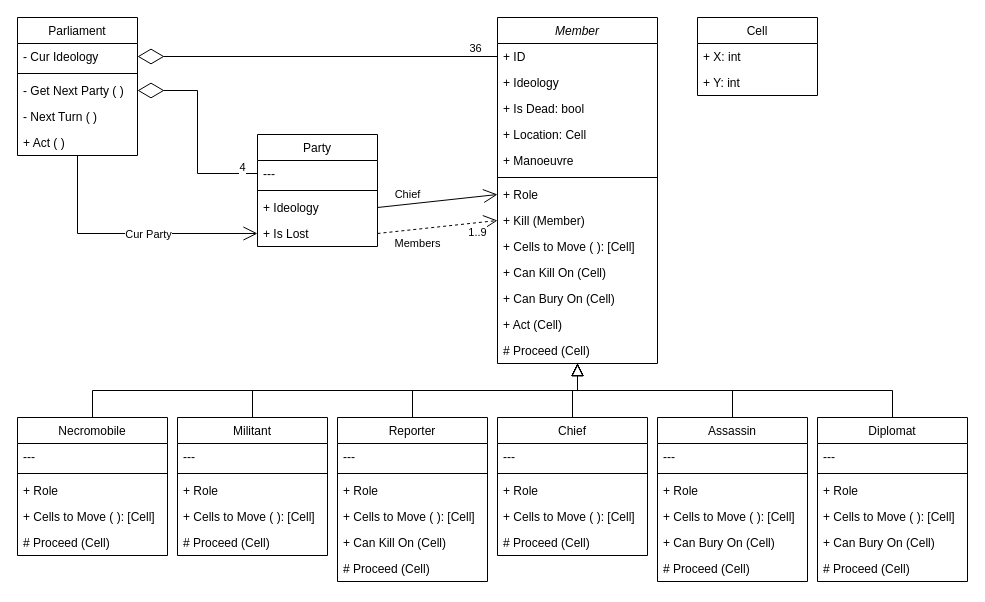
mabdelaal86/djambi keeps this draw.io diagram as page "Classes" (2 of 4) of docs/djambi.drawio. Above is the earlier version. Source tidied: cells renumbered, new cells numbered last; positions are measured from the earlier drawing's top-left corner, leaving out a move shared by most shapes. Both pictures are drawn from the tidied source at 100%, with x=0, y=0 at pixel (17, 17).
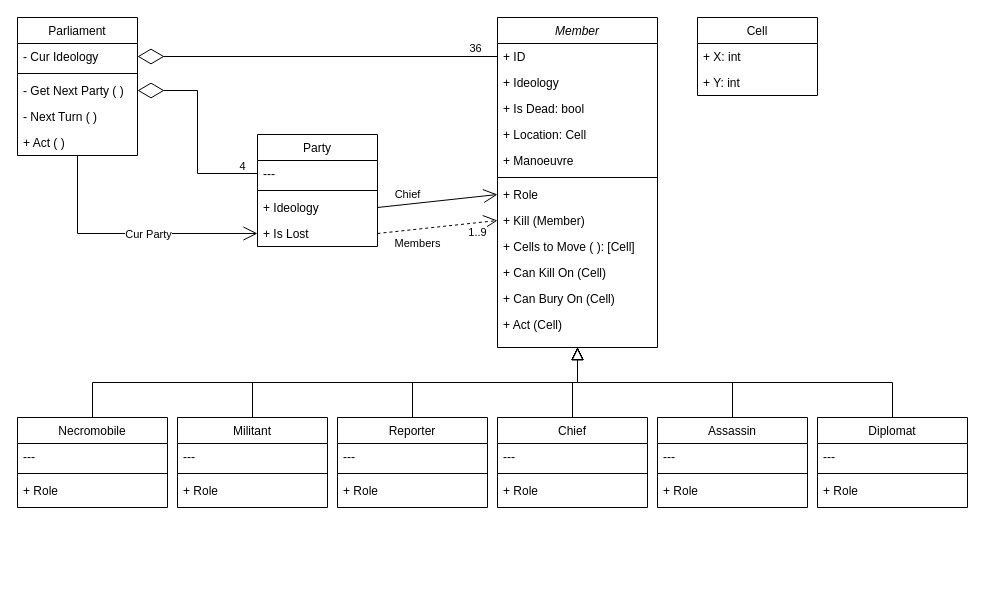
Above is the later version.

The change refers to these unchanged cells:
```xml
<mxCell id="84" style="endArrow=diamondThin;endFill=0;endSize=24;html=1;rounded=0;sourcePerimeterSpacing=6;targetPerimeterSpacing=12;elbow=vertical;entryX=1;entryY=0.5;entryDx=0;entryDy=0;exitX=0;exitY=0.5;exitDx=0;exitDy=0;edgeStyle=orthogonalEdgeStyle;" parent="1" edge="1" source="25" target="35">
  <mxGeometry relative="1" as="geometry" />
</mxCell>
```

Change to the diagram source:
```diff
@@
     <mxCell id="2" value="Member" style="swimlane;fontStyle=2;align=center;verticalAlign=top;horizontal=1;startSize=26;rounded=0;shadow=0;strokeWidth=1;" parent="1" vertex="1">
-      <mxGeometry x="480" width="160" height="346" as="geometry" />
+      <mxGeometry x="480" width="160" height="330" as="geometry" />
     </mxCell>
@@
-    <mxCell id="15" value="# Proceed (Cell)" style="text;strokeColor=none;fillColor=none;align=left;verticalAlign=top;spacingLeft=4;spacingRight=4;overflow=hidden;" parent="2" vertex="1">
-      <mxGeometry y="320" width="160" height="26" as="geometry" />
-    </mxCell>
     <mxCell id="16" value="Chief" style="swimlane;fontStyle=0;align=center;verticalAlign=top;horizontal=1;startSize=26;rounded=0;shadow=0;strokeWidth=1;" parent="1" vertex="1">
-      <mxGeometry x="480" y="400" width="150" height="138" as="geometry" />
+      <mxGeometry x="480" y="400" width="150" height="90" as="geometry" />
     </mxCell>
@@
-    <mxCell id="20" value="+ Cells to Move ( ): [Cell]" style="text;strokeColor=none;fillColor=none;align=left;verticalAlign=top;spacingLeft=4;spacingRight=4;overflow=hidden;" parent="16" vertex="1">
-      <mxGeometry y="86" width="150" height="26" as="geometry" />
-    </mxCell>
-    <mxCell id="21" value="# Proceed (Cell)" style="text;strokeColor=none;fillColor=none;align=left;verticalAlign=top;spacingLeft=4;spacingRight=4;overflow=hidden;" parent="16" vertex="1">
-      <mxGeometry y="112" width="150" height="26" as="geometry" />
-    </mxCell>
@@
     <mxCell id="41" value="Assassin" style="swimlane;fontStyle=0;align=center;verticalAlign=top;horizontal=1;startSize=26;rounded=0;shadow=0;strokeWidth=1;" parent="1" vertex="1">
-      <mxGeometry x="640" y="400" width="150" height="164" as="geometry" />
+      <mxGeometry x="640" y="400" width="150" height="90" as="geometry" />
     </mxCell>
@@
-    <mxCell id="45" value="+ Cells to Move ( ): [Cell]" style="text;strokeColor=none;fillColor=none;align=left;verticalAlign=top;spacingLeft=4;spacingRight=4;overflow=hidden;" parent="41" vertex="1">
-      <mxGeometry y="86" width="150" height="26" as="geometry" />
-    </mxCell>
-    <mxCell id="46" value="+ Can Bury On (Cell)" style="text;strokeColor=none;fillColor=none;align=left;verticalAlign=top;spacingLeft=4;spacingRight=4;overflow=hidden;" parent="41" vertex="1">
-      <mxGeometry y="112" width="150" height="26" as="geometry" />
-    </mxCell>
-    <mxCell id="47" value="# Proceed (Cell)" style="text;strokeColor=none;fillColor=none;align=left;verticalAlign=top;spacingLeft=4;spacingRight=4;overflow=hidden;" parent="41" vertex="1">
-      <mxGeometry y="138" width="150" height="26" as="geometry" />
-    </mxCell>
     <mxCell id="48" value="Diplomat" style="swimlane;fontStyle=0;align=center;verticalAlign=top;horizontal=1;startSize=26;rounded=0;shadow=0;strokeWidth=1;" parent="1" vertex="1">
-      <mxGeometry x="800" y="400" width="150" height="164" as="geometry" />
+      <mxGeometry x="800" y="400" width="150" height="90" as="geometry" />
     </mxCell>
@@
-    <mxCell id="52" value="+ Cells to Move ( ): [Cell]" style="text;strokeColor=none;fillColor=none;align=left;verticalAlign=top;spacingLeft=4;spacingRight=4;overflow=hidden;" parent="48" vertex="1">
-      <mxGeometry y="86" width="150" height="26" as="geometry" />
-    </mxCell>
-    <mxCell id="53" value="+ Can Bury On (Cell)" style="text;strokeColor=none;fillColor=none;align=left;verticalAlign=top;spacingLeft=4;spacingRight=4;overflow=hidden;" parent="48" vertex="1">
-      <mxGeometry y="112" width="150" height="26" as="geometry" />
-    </mxCell>
-    <mxCell id="54" value="# Proceed (Cell)" style="text;strokeColor=none;fillColor=none;align=left;verticalAlign=top;spacingLeft=4;spacingRight=4;overflow=hidden;" parent="48" vertex="1">
-      <mxGeometry y="138" width="150" height="26" as="geometry" />
-    </mxCell>
     <mxCell id="55" value="Reporter" style="swimlane;fontStyle=0;align=center;verticalAlign=top;horizontal=1;startSize=26;rounded=0;shadow=0;strokeWidth=1;" parent="1" vertex="1">
-      <mxGeometry x="320" y="400" width="150" height="164" as="geometry" />
+      <mxGeometry x="320" y="400" width="150" height="90" as="geometry" />
     </mxCell>
@@
-    <mxCell id="59" value="+ Cells to Move ( ): [Cell]" style="text;strokeColor=none;fillColor=none;align=left;verticalAlign=top;spacingLeft=4;spacingRight=4;overflow=hidden;" parent="55" vertex="1">
-      <mxGeometry y="86" width="150" height="26" as="geometry" />
-    </mxCell>
-    <mxCell id="60" value="+ Can Kill On (Cell)" style="text;strokeColor=none;fillColor=none;align=left;verticalAlign=top;spacingLeft=4;spacingRight=4;overflow=hidden;" parent="55" vertex="1">
-      <mxGeometry y="112" width="150" height="26" as="geometry" />
-    </mxCell>
-    <mxCell id="61" value="# Proceed (Cell)" style="text;strokeColor=none;fillColor=none;align=left;verticalAlign=top;spacingLeft=4;spacingRight=4;overflow=hidden;" parent="55" vertex="1">
-      <mxGeometry y="138" width="150" height="26" as="geometry" />
-    </mxCell>
     <mxCell id="62" value="Militant" style="swimlane;fontStyle=0;align=center;verticalAlign=top;horizontal=1;startSize=26;rounded=0;shadow=0;strokeWidth=1;" parent="1" vertex="1">
-      <mxGeometry x="160" y="400" width="150" height="138" as="geometry" />
+      <mxGeometry x="160" y="400" width="150" height="90" as="geometry" />
     </mxCell>
@@
-    <mxCell id="66" value="+ Cells to Move ( ): [Cell]" style="text;strokeColor=none;fillColor=none;align=left;verticalAlign=top;spacingLeft=4;spacingRight=4;overflow=hidden;" parent="62" vertex="1">
-      <mxGeometry y="86" width="150" height="26" as="geometry" />
-    </mxCell>
-    <mxCell id="67" value="# Proceed (Cell)" style="text;strokeColor=none;fillColor=none;align=left;verticalAlign=top;spacingLeft=4;spacingRight=4;overflow=hidden;" parent="62" vertex="1">
-      <mxGeometry y="112" width="150" height="26" as="geometry" />
-    </mxCell>
     <mxCell id="68" value="Necromobile" style="swimlane;fontStyle=0;align=center;verticalAlign=top;horizontal=1;startSize=26;rounded=0;shadow=0;strokeWidth=1;" parent="1" vertex="1">
-      <mxGeometry y="400" width="150" height="138" as="geometry" />
+      <mxGeometry y="400" width="150" height="90" as="geometry" />
     </mxCell>
@@
-    <mxCell id="72" value="+ Cells to Move ( ): [Cell]" style="text;strokeColor=none;fillColor=none;align=left;verticalAlign=top;spacingLeft=4;spacingRight=4;overflow=hidden;" parent="68" vertex="1">
-      <mxGeometry y="86" width="150" height="26" as="geometry" />
-    </mxCell>
-    <mxCell id="73" value="# Proceed (Cell)" style="text;strokeColor=none;fillColor=none;align=left;verticalAlign=top;spacingLeft=4;spacingRight=4;overflow=hidden;" parent="68" vertex="1">
-      <mxGeometry y="112" width="150" height="26" as="geometry" />
-    </mxCell>
@@
     <mxCell id="85" value="4" style="edgeLabel;html=1;align=center;verticalAlign=middle;" parent="84" vertex="1">
       <mxGeometry x="-0.84" y="1" relative="1" as="geometry">
-        <mxPoint y="-8" as="offset" />
+        <mxPoint y="-9" as="offset" />
       </mxGeometry>
     </mxCell>
```
